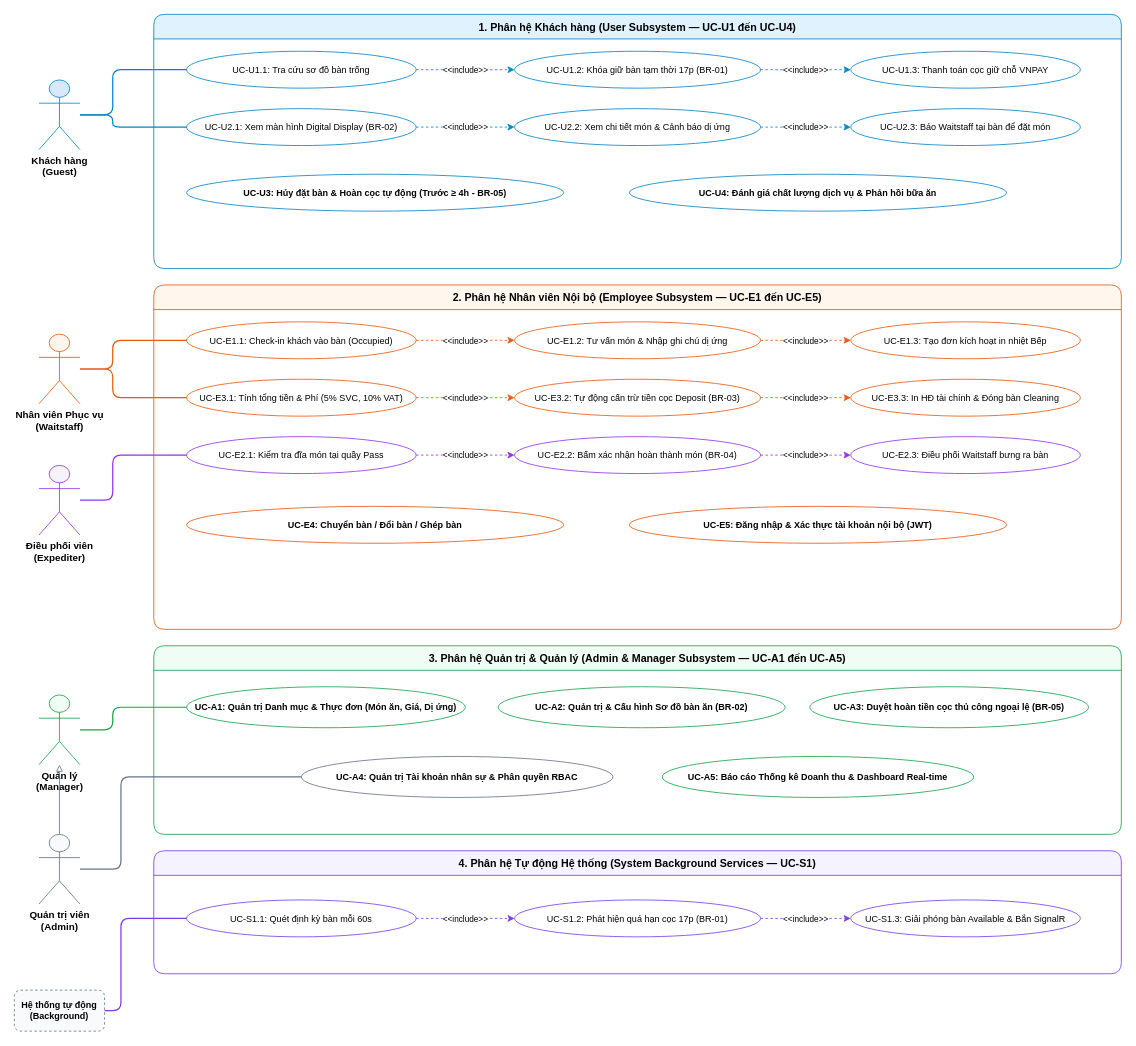
Above: docs/phase1/drawio/use_case_subsystems.drawio in AndrewQng/VinDining (draw.io), before the change. Source tidied: cells renumbered, new cells numbered last; positions are measured from the earlier drawing's top-left corner, leaving out a move shared by most shapes. Both pictures are drawn from the tidied source at 82%, with x=0, y=0 at pixel (14, 14).
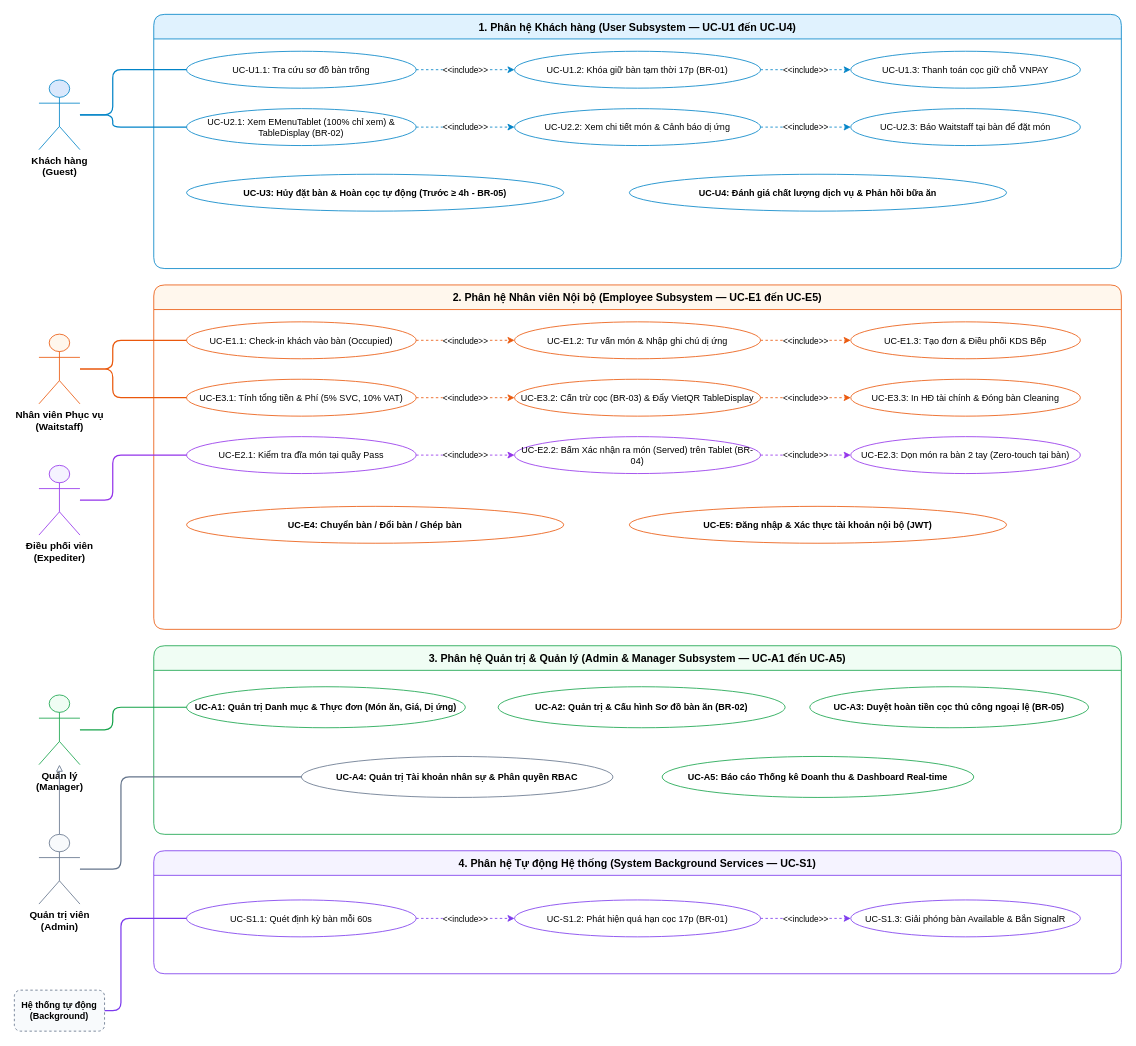
The same page after the edit.

Unchanged cells that the change refers to:
```xml
<mxCell id="8" value="1. Phân hệ Khách hàng (User Subsystem — UC-U1 đến UC-U4)" style="swimlane;startSize=30;fillColor=#e0f2fe;strokeColor=#0284c7;fontStyle=1;rounded=1;fontSize=13;" parent="1" vertex="1">
  <mxGeometry x="170" width="1180" height="310" as="geometry" />
</mxCell>
<mxCell id="21" value="2. Phân hệ Nhân viên Nội bộ (Employee Subsystem — UC-E1 đến UC-E5)" style="swimlane;startSize=30;fillColor=#fff7ed;strokeColor=#ea580c;fontStyle=1;rounded=1;fontSize=13;" parent="1" vertex="1">
  <mxGeometry x="170" y="330" width="1180" height="420" as="geometry" />
</mxCell>
```

What changed in the source:
```diff
@@
-    <mxCell id="12" value="UC-U2.1: Xem màn hình Digital Display (BR-02)" style="ellipse;whiteSpace=wrap;html=1;fillColor=#ffffff;strokeColor=#0284c7;fontSize=11;" parent="8" vertex="1">
+    <mxCell id="12" value="UC-U2.1: Xem EMenuTablet (100% chỉ xem) &amp; TableDisplay (BR-02)" style="ellipse;whiteSpace=wrap;html=1;fillColor=#ffffff;strokeColor=#0284c7;fontSize=11;" parent="8" vertex="1">
       <mxGeometry x="40" y="115" width="280" height="45" as="geometry" />
     </mxCell>
@@
-    <mxCell id="24" value="UC-E1.3: Tạo đơn kích hoạt in nhiệt Bếp" style="ellipse;whiteSpace=wrap;html=1;fillColor=#ffffff;strokeColor=#ea580c;fontSize=11;" parent="21" vertex="1">
+    <mxCell id="24" value="UC-E1.3: Tạo đơn &amp;amp; Điều phối KDS Bếp" style="ellipse;whiteSpace=wrap;html=1;fillColor=#ffffff;strokeColor=#ea580c;fontSize=11;" parent="21" vertex="1">
       <mxGeometry x="850" y="45" width="280" height="45" as="geometry" />
     </mxCell>
@@
-    <mxCell id="26" value="UC-E3.2: Tự động cấn trừ tiền cọc Deposit (BR-03)" style="ellipse;whiteSpace=wrap;html=1;fillColor=#ffffff;strokeColor=#ea580c;fontSize=11;" parent="21" vertex="1">
+    <mxCell id="26" value="UC-E3.2: Cấn trừ cọc (BR-03) &amp; Đẩy VietQR TableDisplay" style="ellipse;whiteSpace=wrap;html=1;fillColor=#ffffff;strokeColor=#ea580c;fontSize=11;" parent="21" vertex="1">
       <mxGeometry x="440" y="115" width="300" height="45" as="geometry" />
     </mxCell>
@@
-    <mxCell id="29" value="UC-E2.2: Bấm xác nhận hoàn thành món (BR-04)" style="ellipse;whiteSpace=wrap;html=1;fillColor=#ffffff;strokeColor=#9333ea;fontSize=11;" parent="21" vertex="1">
+    <mxCell id="29" value="UC-E2.2: Bấm Xác nhận ra món (Served) trên Tablet (BR-04)" style="ellipse;whiteSpace=wrap;html=1;fillColor=#ffffff;strokeColor=#9333ea;fontSize=11;" parent="21" vertex="1">
       <mxGeometry x="440" y="185" width="300" height="45" as="geometry" />
     </mxCell>
-    <mxCell id="30" value="UC-E2.3: Điều phối Waitstaff bưng ra bàn" style="ellipse;whiteSpace=wrap;html=1;fillColor=#ffffff;strokeColor=#9333ea;fontSize=11;" parent="21" vertex="1">
+    <mxCell id="30" value="UC-E2.3: Dọn món ra bàn 2 tay (Zero-touch tại bàn)" style="ellipse;whiteSpace=wrap;html=1;fillColor=#ffffff;strokeColor=#9333ea;fontSize=11;" parent="21" vertex="1">
       <mxGeometry x="850" y="185" width="280" height="45" as="geometry" />
     </mxCell>
```
